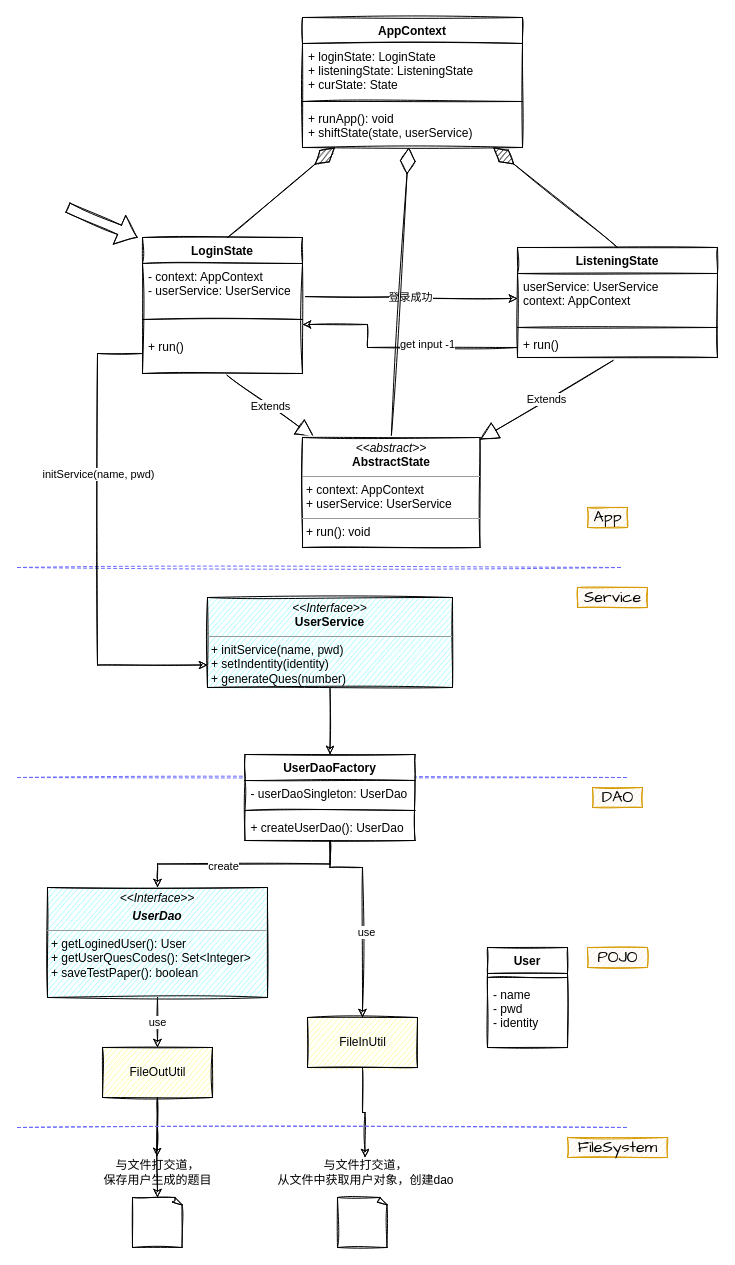
bankarian/pics keeps this draw.io diagram as Untitled Diagram.drawio. Above is the earlier version. Source tidied: cells renumbered, new cells numbered last; positions are measured from the earlier drawing's top-left corner, leaving out a move shared by most shapes. Both pictures are drawn from the tidied source at 100%, with x=0, y=0 at pixel (17, 17).
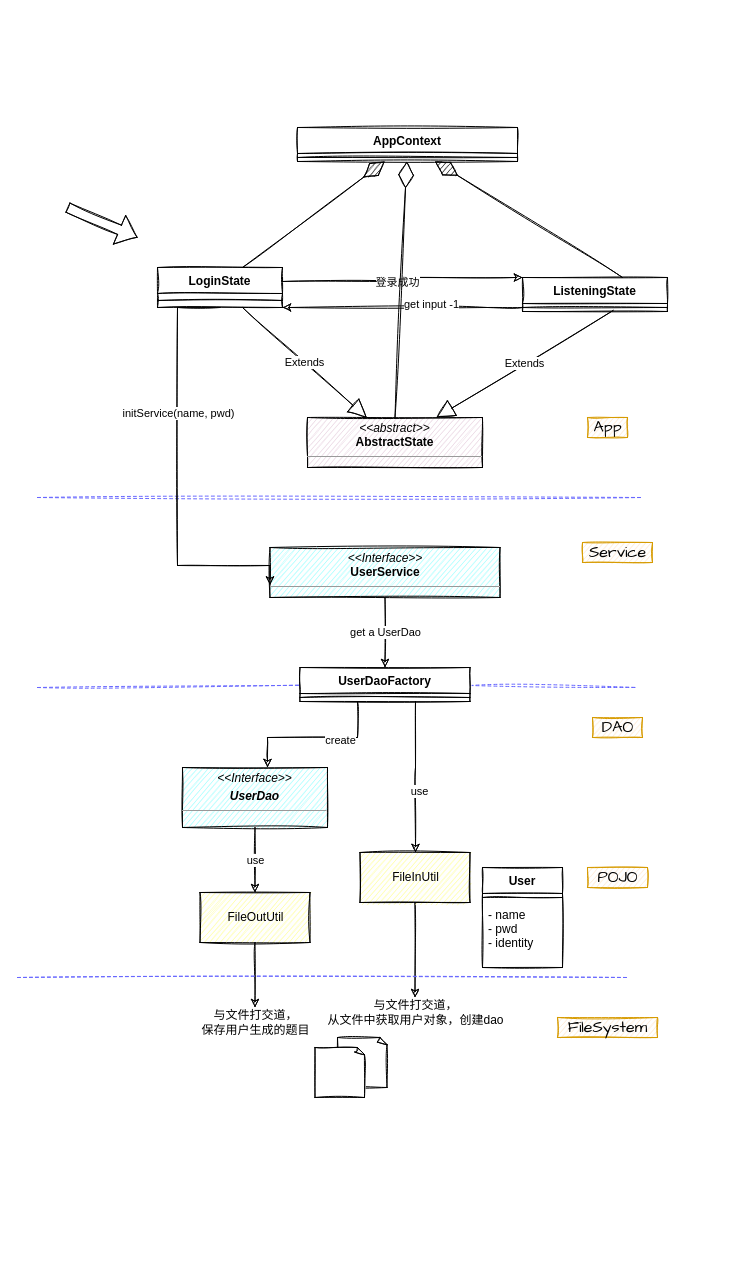
The same page after the edit.

The edit, as a diff of the source:
```diff
@@
-    <mxCell id="2" style="endArrow=none;dashed=1;html=1;sketch=1;strokeColor=#6666FF;" parent="1" edge="1">
+    <mxCell id="2" style="endArrow=none;dashed=1;html=1;sketch=1;strokeColor=#6666FF;" parent="1" edge="1" source="55">
       <mxGeometry relative="1" as="geometry">
-        <mxPoint y="760" as="sourcePoint" />
-        <mxPoint x="610" y="760" as="targetPoint" />
+        <mxPoint x="620" y="670" as="targetPoint" />
       </mxGeometry>
     </mxCell>
     <mxCell id="3" value="DAO" style="text;html=1;align=center;verticalAlign=middle;fillColor=#ffe6cc;strokeColor=#d79b00;fontFamily=Comic Sans MS;fontSize=16;sketch=1;" parent="1" vertex="1">
-      <mxGeometry x="575" y="770" width="50" height="20" as="geometry" />
+      <mxGeometry x="575" y="700" width="50" height="20" as="geometry" />
     </mxCell>
     <mxCell id="4" style="endArrow=none;dashed=1;html=1;sketch=1;strokeColor=#6666FF;" parent="1" edge="1">
       <mxGeometry relative="1" as="geometry">
-        <mxPoint y="550" as="sourcePoint" />
-        <mxPoint x="605" y="550" as="targetPoint" />
+        <mxPoint x="20" y="480" as="sourcePoint" />
+        <mxPoint x="625" y="480" as="targetPoint" />
       </mxGeometry>
     </mxCell>
     <mxCell id="5" value="Service" style="text;html=1;align=center;verticalAlign=middle;fillColor=#ffe6cc;strokeColor=#d79b00;fontFamily=Comic Sans MS;fontSize=16;sketch=1;" parent="1" vertex="1">
-      <mxGeometry x="560" y="570" width="70" height="20" as="geometry" />
+      <mxGeometry x="565" y="525" width="70" height="20" as="geometry" />
     </mxCell>
     <mxCell id="6" value="App" style="text;html=1;align=center;verticalAlign=middle;fillColor=#ffe6cc;strokeColor=#d79b00;fontFamily=Comic Sans MS;fontSize=16;sketch=1;" parent="1" vertex="1">
-      <mxGeometry x="570" y="490" width="40" height="20" as="geometry" />
+      <mxGeometry x="570" y="400" width="40" height="20" as="geometry" />
     </mxCell>
+    <mxCell id="11" value="use" style="edgeStyle=orthogonalEdgeStyle;rounded=0;sketch=1;jettySize=auto;html=1;strokeColor=#000000;" parent="1" edge="1" source="12" target="46">
+      <mxGeometry relative="1" as="geometry" />
+    </mxCell>
     <mxCell id="7" value="AppContext" style="swimlane;fontStyle=1;align=center;verticalAlign=top;horizontal=1;startSize=26;sketch=1;" parent="1" vertex="1">
-      <mxGeometry x="285" width="220" height="130" as="geometry" />
+      <mxGeometry x="280" y="110" width="220" height="34" as="geometry" />
     </mxCell>
-    <mxCell id="8" value="+ loginState: LoginState&#10;+ listeningState: ListeningState&#10;+ curState: State" style="text;strokeColor=none;fillColor=none;align=left;verticalAlign=top;spacingLeft=4;spacingRight=4;overflow=hidden;sketch=1;" parent="7" vertex="1">
-      <mxGeometry y="26" width="220" height="54" as="geometry" />
-    </mxCell>
     <mxCell id="9" style="line;strokeWidth=1;fillColor=none;align=left;verticalAlign=middle;spacingTop=-1;spacingLeft=3;spacingRight=3;labelPosition=right;sketch=1;" parent="7" vertex="1">
-      <mxGeometry y="80" width="220" height="8" as="geometry" />
+      <mxGeometry y="26" width="220" height="8" as="geometry" />
     </mxCell>
-    <mxCell id="10" value="+ runApp(): void&#10;+ shiftState(state, userService)" style="text;strokeColor=none;fillColor=none;align=left;verticalAlign=top;spacingLeft=4;spacingRight=4;overflow=hidden;sketch=1;" parent="7" vertex="1">
-      <mxGeometry y="88" width="220" height="42" as="geometry" />
-    </mxCell>
-    <mxCell id="11" value="use" style="edgeStyle=orthogonalEdgeStyle;rounded=0;sketch=1;jettySize=auto;html=1;strokeColor=#000000;" parent="1" edge="1" source="12" target="46">
-      <mxGeometry relative="1" as="geometry" />
-    </mxCell>
-    <mxCell id="12" value="&lt;p style=&quot;margin: 0px ; margin-top: 4px ; text-align: center&quot;&gt;&lt;i&gt;&amp;lt;&amp;lt;Interface&amp;gt;&amp;gt;&lt;/i&gt;&lt;br&gt;&lt;/p&gt;&lt;p style=&quot;margin: 0px ; margin-top: 4px ; text-align: center&quot;&gt;&lt;i&gt;&lt;b&gt;UserDao&lt;/b&gt;&lt;/i&gt;&lt;/p&gt;&lt;hr size=&quot;1&quot;&gt;&lt;p style=&quot;margin: 0px ; margin-left: 4px&quot;&gt;&lt;span&gt;+ getLoginedUser(): User&lt;/span&gt;&lt;br&gt;&lt;/p&gt;&lt;p style=&quot;margin: 0px ; margin-left: 4px&quot;&gt;+ getUserQuesCodes(): Set&amp;lt;Integer&amp;gt;&lt;/p&gt;&lt;p style=&quot;margin: 0px ; margin-left: 4px&quot;&gt;+ saveTestPaper(): boolean&lt;/p&gt;&lt;p style=&quot;margin: 0px ; margin-left: 4px&quot;&gt;&lt;br&gt;&lt;/p&gt;" style="verticalAlign=top;align=left;overflow=fill;fontSize=12;fontFamily=Helvetica;html=1;sketch=1;fillColor=#99FFFF;" parent="1" vertex="1">
-      <mxGeometry x="30" y="870" width="220" height="110" as="geometry" />
+    <mxCell id="12" value="&lt;p style=&quot;margin: 0px ; margin-top: 4px ; text-align: center&quot;&gt;&lt;i&gt;&amp;lt;&amp;lt;Interface&amp;gt;&amp;gt;&lt;/i&gt;&lt;br&gt;&lt;/p&gt;&lt;p style=&quot;margin: 0px ; margin-top: 4px ; text-align: center&quot;&gt;&lt;i&gt;&lt;b&gt;UserDao&lt;/b&gt;&lt;/i&gt;&lt;/p&gt;&lt;hr size=&quot;1&quot;&gt;&lt;p style=&quot;margin: 0px ; margin-left: 4px&quot;&gt;&lt;br&gt;&lt;/p&gt;&lt;p style=&quot;margin: 0px ; margin-left: 4px&quot;&gt;&lt;br&gt;&lt;/p&gt;" style="verticalAlign=top;align=left;overflow=fill;fontSize=12;fontFamily=Helvetica;html=1;sketch=1;fillColor=#99FFFF;" parent="1" vertex="1">
+      <mxGeometry x="165" y="750" width="145" height="60" as="geometry" />
     </mxCell>
+    <mxCell id="20" value="LoginState" style="swimlane;fontStyle=1;align=center;verticalAlign=top;horizontal=1;startSize=26;sketch=1;" parent="1" vertex="1">
+      <mxGeometry x="140" y="250" width="125" height="40" as="geometry" />
+    </mxCell>
+    <mxCell id="21" style="endArrow=diamondThin;endFill=1;endSize=24;html=1;sketch=1;" parent="20" edge="1" target="7">
+      <mxGeometry relative="1" as="geometry">
+        <mxPoint x="85" as="sourcePoint" />
+      </mxGeometry>
+    </mxCell>
+    <mxCell id="23" style="line;strokeWidth=1;fillColor=none;align=left;verticalAlign=middle;spacingTop=-1;spacingLeft=3;spacingRight=3;labelPosition=right;sketch=1;" parent="20" vertex="1">
+      <mxGeometry y="26" width="125" height="14" as="geometry" />
+    </mxCell>
+    <mxCell id="27" value="ListeningState" style="swimlane;fontStyle=1;align=center;verticalAlign=top;horizontal=1;startSize=26;sketch=1;" parent="1" vertex="1">
+      <mxGeometry x="505" y="260" width="145" height="34" as="geometry" />
+    </mxCell>
+    <mxCell id="28" style="endArrow=diamondThin;endFill=1;endSize=24;html=1;sketch=1;" parent="27" edge="1" target="7">
+      <mxGeometry relative="1" as="geometry">
+        <mxPoint x="100" as="sourcePoint" />
+      </mxGeometry>
+    </mxCell>
+    <mxCell id="30" style="line;strokeWidth=1;fillColor=none;align=left;verticalAlign=middle;spacingTop=-1;spacingLeft=3;spacingRight=3;labelPosition=right;sketch=1;" parent="27" vertex="1">
+      <mxGeometry y="26" width="145" height="8" as="geometry" />
+    </mxCell>
     <mxCell id="13" value="与文件打交道，&lt;br&gt;从文件中获取用户对象，创建dao" style="text;html=1;align=center;verticalAlign=middle;points=[];sketch=1;" parent="1" vertex="1">
-      <mxGeometry x="252.5" y="1140" width="190" height="30" as="geometry" />
+      <mxGeometry x="302.5" y="980" width="190" height="30" as="geometry" />
     </mxCell>
-    <mxCell id="14" style="edgeStyle=orthogonalEdgeStyle;rounded=0;jettySize=auto;html=1;sketch=1;" parent="1" edge="1" source="15" target="55">
+    <mxCell id="14" value="get a UserDao" style="edgeStyle=orthogonalEdgeStyle;rounded=0;jettySize=auto;html=1;sketch=1;" parent="1" edge="1" source="15" target="55">
       <mxGeometry relative="1" as="geometry" />
     </mxCell>
-    <mxCell id="15" value="&lt;p style=&quot;margin: 0px ; margin-top: 4px ; text-align: center&quot;&gt;&lt;i&gt;&amp;lt;&amp;lt;Interface&amp;gt;&amp;gt;&lt;/i&gt;&lt;br&gt;&lt;b&gt;UserService&lt;/b&gt;&lt;/p&gt;&lt;hr size=&quot;1&quot;&gt;&lt;p style=&quot;margin: 0px ; margin-left: 4px&quot;&gt;+ initService(name, pwd)&lt;/p&gt;&lt;p style=&quot;margin: 0px ; margin-left: 4px&quot;&gt;+ setIndentity(identity)&lt;/p&gt;&lt;p style=&quot;margin: 0px ; margin-left: 4px&quot;&gt;+ generateQues(number)&lt;/p&gt;" style="verticalAlign=top;align=left;overflow=fill;fontSize=12;fontFamily=Helvetica;html=1;sketch=1;fillColor=#99FFFF;" parent="1" vertex="1">
-      <mxGeometry x="190" y="580" width="245" height="90" as="geometry" />
+    <mxCell id="15" value="&lt;p style=&quot;margin: 0px ; margin-top: 4px ; text-align: center&quot;&gt;&lt;i&gt;&amp;lt;&amp;lt;Interface&amp;gt;&amp;gt;&lt;/i&gt;&lt;br&gt;&lt;b&gt;UserService&lt;/b&gt;&lt;/p&gt;&lt;hr size=&quot;1&quot;&gt;&lt;p style=&quot;margin: 0px ; margin-left: 4px&quot;&gt;&lt;br&gt;&lt;/p&gt;" style="verticalAlign=top;align=left;overflow=fill;fontSize=12;fontFamily=Helvetica;html=1;sketch=1;fillColor=#99FFFF;" parent="1" vertex="1">
+      <mxGeometry x="252.5" y="530" width="230" height="50" as="geometry" />
     </mxCell>
-    <mxCell id="16" style="edgeStyle=orthogonalEdgeStyle;rounded=0;jettySize=auto;html=1;exitX=1.019;exitY=0.788;exitDx=0;exitDy=0;exitPerimeter=0;sketch=1;" parent="1" edge="1" source="22" target="29">
-      <mxGeometry relative="1" as="geometry" />
+    <mxCell id="16" style="edgeStyle=orthogonalEdgeStyle;rounded=0;jettySize=auto;html=1;exitX=1;exitY=0.25;exitDx=0;exitDy=0;sketch=1;" parent="1" edge="1" source="20" target="27">
+      <mxGeometry relative="1" as="geometry">
+        <Array as="points">
+          <mxPoint x="385" y="264" />
+          <mxPoint x="385" y="260" />
+        </Array>
+      </mxGeometry>
     </mxCell>
@@
-    <mxCell id="18" value="Extends" style="endArrow=block;endSize=16;endFill=0;html=1;exitX=0.478;exitY=1.115;exitDx=0;exitDy=0;exitPerimeter=0;sketch=1;" parent="1" edge="1" source="31" target="54">
-      <mxGeometry relative="1" as="geometry" />
+    <mxCell id="18" value="Extends" style="endArrow=block;endSize=16;endFill=0;html=1;exitX=0.478;exitY=1.115;exitDx=0;exitDy=0;exitPerimeter=0;sketch=1;" parent="1" edge="1" target="54">
+      <mxGeometry relative="1" as="geometry">
+        <mxPoint x="595.6" y="293" as="sourcePoint" />
+      </mxGeometry>
     </mxCell>
-    <mxCell id="19" value="Extends" style="endArrow=block;endSize=16;endFill=0;html=1;exitX=0.528;exitY=1.043;exitDx=0;exitDy=0;exitPerimeter=0;sketch=1;" parent="1" edge="1" source="24" target="54">
+    <mxCell id="19" value="Extends" style="endArrow=block;endSize=16;endFill=0;html=1;sketch=1;" parent="1" edge="1" source="20" target="54">
       <mxGeometry relative="1" as="geometry" />
     </mxCell>
-    <mxCell id="20" value="LoginState" style="swimlane;fontStyle=1;align=center;verticalAlign=top;horizontal=1;startSize=26;sketch=1;" parent="1" vertex="1">
-      <mxGeometry x="125" y="220" width="160" height="136" as="geometry" />
-    </mxCell>
-    <mxCell id="21" style="endArrow=diamondThin;endFill=1;endSize=24;html=1;sketch=1;" parent="20" edge="1" target="7">
-      <mxGeometry relative="1" as="geometry">
-        <mxPoint x="85" as="sourcePoint" />
-      </mxGeometry>
-    </mxCell>
-    <mxCell id="22" value="- context: AppContext &#10;- userService: UserService" style="text;strokeColor=none;fillColor=none;align=left;verticalAlign=top;spacingLeft=4;spacingRight=4;overflow=hidden;points=[[0,0.5],[1,0.5]];portConstraint=eastwest;sketch=1;" parent="20" vertex="1">
-      <mxGeometry y="26" width="160" height="42" as="geometry" />
-    </mxCell>
-    <mxCell id="23" style="line;strokeWidth=1;fillColor=none;align=left;verticalAlign=middle;spacingTop=-1;spacingLeft=3;spacingRight=3;labelPosition=right;sketch=1;" parent="20" vertex="1">
-      <mxGeometry y="68" width="160" height="28" as="geometry" />
-    </mxCell>
-    <mxCell id="24" value="+ run()&#10;" style="text;strokeColor=none;fillColor=none;align=left;verticalAlign=top;spacingLeft=4;spacingRight=4;overflow=hidden;points=[[0,0.5],[1,0.5]];portConstraint=eastwest;sketch=1;" parent="20" vertex="1">
-      <mxGeometry y="96" width="160" height="40" as="geometry" />
-    </mxCell>
     <mxCell id="25" style="edgeStyle=orthogonalEdgeStyle;rounded=0;jettySize=auto;html=1;sketch=1;" parent="1" edge="1" source="27" target="20">
       <mxGeometry relative="1" as="geometry">
         <Array as="points">
-          <mxPoint x="350" y="330" />
-          <mxPoint x="350" y="307" />
+          <mxPoint x="470" y="290" />
+          <mxPoint x="470" y="290" />
         </Array>
       </mxGeometry>
     </mxCell>
@@
-    <mxCell id="27" value="ListeningState" style="swimlane;fontStyle=1;align=center;verticalAlign=top;horizontal=1;startSize=26;sketch=1;" parent="1" vertex="1">
-      <mxGeometry x="500" y="230" width="200" height="110" as="geometry" />
-    </mxCell>
-    <mxCell id="28" style="endArrow=diamondThin;endFill=1;endSize=24;html=1;sketch=1;" parent="27" edge="1" target="7">
-      <mxGeometry relative="1" as="geometry">
-        <mxPoint x="100" as="sourcePoint" />
-      </mxGeometry>
-    </mxCell>
-    <mxCell id="29" value="userService: UserService&#10;context: AppContext" style="text;strokeColor=none;fillColor=none;align=left;verticalAlign=top;spacingLeft=4;spacingRight=4;overflow=hidden;points=[[0,0.5],[1,0.5]];portConstraint=eastwest;sketch=1;" parent="27" vertex="1">
-      <mxGeometry y="26" width="200" height="50" as="geometry" />
-    </mxCell>
-    <mxCell id="30" style="line;strokeWidth=1;fillColor=none;align=left;verticalAlign=middle;spacingTop=-1;spacingLeft=3;spacingRight=3;labelPosition=right;sketch=1;" parent="27" vertex="1">
-      <mxGeometry y="76" width="200" height="8" as="geometry" />
-    </mxCell>
-    <mxCell id="31" value="+ run()" style="text;strokeColor=none;fillColor=none;align=left;verticalAlign=top;spacingLeft=4;spacingRight=4;overflow=hidden;points=[[0,0.5],[1,0.5]];portConstraint=eastwest;sketch=1;" parent="27" vertex="1">
-      <mxGeometry y="84" width="200" height="26" as="geometry" />
-    </mxCell>
@@
     <mxCell id="33" style="whiteSpace=wrap;html=1;shape=mxgraph.basic.document;sketch=1;" parent="1" vertex="1">
-      <mxGeometry x="320" y="1180" width="50" height="50" as="geometry" />
+      <mxGeometry x="320" y="1020" width="50" height="50" as="geometry" />
     </mxCell>
     <mxCell id="34" style="edgeStyle=orthogonalEdgeStyle;rounded=0;jettySize=auto;html=1;sketch=1;" parent="1" edge="1" source="55" target="12">
-      <mxGeometry relative="1" as="geometry" />
+      <mxGeometry relative="1" as="geometry">
+        <Array as="points">
+          <mxPoint x="340" y="720" />
+          <mxPoint x="250" y="720" />
+        </Array>
+      </mxGeometry>
     </mxCell>
     <mxCell id="35" value="create" style="edgeLabel;html=1;align=center;verticalAlign=middle;" parent="34" vertex="1">
-      <mxGeometry x="0.19" y="2" relative="1" as="geometry" />
+      <mxGeometry x="0.19" y="2" relative="1" as="geometry">
+        <mxPoint x="39" as="offset" />
+      </mxGeometry>
     </mxCell>
     <mxCell id="36" style="edgeStyle=orthogonalEdgeStyle;rounded=0;sketch=1;jettySize=auto;html=1;strokeColor=#000000;" parent="1" edge="1" source="55" target="43">
       <mxGeometry relative="1" as="geometry">
         <Array as="points">
-          <mxPoint x="313" y="850" />
-          <mxPoint x="345" y="850" />
+          <mxPoint x="398" y="750" />
+          <mxPoint x="398" y="750" />
         </Array>
       </mxGeometry>
     </mxCell>
@@
     <mxCell id="39" value="POJO" style="text;html=1;align=center;verticalAlign=middle;fillColor=#ffe6cc;strokeColor=#d79b00;fontFamily=Comic Sans MS;fontSize=16;sketch=1;" parent="1" vertex="1">
-      <mxGeometry x="570" y="930" width="60" height="20" as="geometry" />
+      <mxGeometry x="570" y="850" width="60" height="20" as="geometry" />
     </mxCell>
     <mxCell id="40" value="与文件打交道，&lt;br&gt;保存用户生成的题目" style="text;html=1;align=center;verticalAlign=middle;points=[];sketch=1;" parent="1" vertex="1">
-      <mxGeometry x="80" y="1140" width="120" height="30" as="geometry" />
+      <mxGeometry x="177.5" y="990" width="120" height="30" as="geometry" />
     </mxCell>
     <mxCell id="41" style="whiteSpace=wrap;html=1;shape=mxgraph.basic.document;sketch=1;" parent="1" vertex="1">
-      <mxGeometry x="115" y="1180" width="50" height="50" as="geometry" />
+      <mxGeometry x="297.5" y="1030" width="50" height="50" as="geometry" />
     </mxCell>
     <mxCell id="42" style="edgeStyle=orthogonalEdgeStyle;rounded=0;sketch=1;jettySize=auto;html=1;strokeColor=#000000;" parent="1" edge="1" source="43" target="13">
-      <mxGeometry relative="1" as="geometry" />
+      <mxGeometry relative="1" as="geometry">
+        <Array as="points">
+          <mxPoint x="340" y="1005" />
+          <mxPoint x="340" y="1005" />
+        </Array>
+      </mxGeometry>
     </mxCell>
     <mxCell id="43" value="FileInUtil" style="html=1;sketch=1;fillColor=#FFFF99;" parent="1" vertex="1">
-      <mxGeometry x="290" y="1000" width="110" height="50" as="geometry" />
+      <mxGeometry x="342.5" y="835" width="110" height="50" as="geometry" />
     </mxCell>
-    <mxCell id="44" style="edgeStyle=orthogonalEdgeStyle;rounded=0;sketch=1;jettySize=auto;html=1;entryX=0.496;entryY=-0.033;entryDx=0;entryDy=0;entryPerimeter=0;strokeColor=#000000;" parent="1" edge="1" source="46" target="40">
+    <mxCell id="44" style="edgeStyle=orthogonalEdgeStyle;rounded=0;sketch=1;jettySize=auto;html=1;strokeColor=#000000;" parent="1" edge="1" source="46" target="40">
       <mxGeometry relative="1" as="geometry" />
     </mxCell>
-    <mxCell id="45" style="edgeStyle=orthogonalEdgeStyle;rounded=0;sketch=1;jettySize=auto;html=1;strokeColor=#000000;" parent="1" edge="1" source="46" target="41">
-      <mxGeometry relative="1" as="geometry" />
-    </mxCell>
     <mxCell id="46" value="FileOutUtil" style="html=1;sketch=1;fillColor=#FFFF99;" parent="1" vertex="1">
-      <mxGeometry x="85" y="1030" width="110" height="50" as="geometry" />
+      <mxGeometry x="182.5" y="875" width="110" height="50" as="geometry" />
     </mxCell>
-    <mxCell id="47" value="User" style="swimlane;fontStyle=1;align=center;verticalAlign=top;horizontal=1;startSize=26;sketch=1;" parent="1" vertex="1">
-      <mxGeometry x="470" y="930" width="80" height="100" as="geometry" />
-    </mxCell>
-    <mxCell id="48" style="line;strokeWidth=1;fillColor=none;align=left;verticalAlign=middle;spacingTop=-1;spacingLeft=3;spacingRight=3;labelPosition=right;sketch=1;" parent="47" vertex="1">
-      <mxGeometry y="26" width="80" height="8" as="geometry" />
-    </mxCell>
-    <mxCell id="49" value="- name&#10;- pwd&#10;- identity" style="text;strokeColor=none;fillColor=none;align=left;verticalAlign=top;spacingLeft=4;spacingRight=4;overflow=hidden;sketch=1;" parent="47" vertex="1">
-      <mxGeometry y="34" width="80" height="66" as="geometry" />
-    </mxCell>
     <mxCell id="50" style="endArrow=none;dashed=1;html=1;sketch=1;strokeColor=#6666FF;" parent="1" edge="1">
       <mxGeometry relative="1" as="geometry">
-        <mxPoint y="1110" as="sourcePoint" />
-        <mxPoint x="610" y="1110" as="targetPoint" />
+        <mxPoint y="960" as="sourcePoint" />
+        <mxPoint x="610" y="960" as="targetPoint" />
       </mxGeometry>
     </mxCell>
     <mxCell id="51" value="FileSystem" style="text;html=1;align=center;verticalAlign=middle;fillColor=#ffe6cc;strokeColor=#d79b00;fontFamily=Comic Sans MS;fontSize=16;sketch=1;" parent="1" vertex="1">
-      <mxGeometry x="550" y="1120" width="100" height="20" as="geometry" />
+      <mxGeometry x="540" y="1000" width="100" height="20" as="geometry" />
     </mxCell>
-    <mxCell id="52" style="edgeStyle=orthogonalEdgeStyle;rounded=0;sketch=1;jettySize=auto;html=1;entryX=0;entryY=0.75;entryDx=0;entryDy=0;strokeColor=#000000;" parent="1" edge="1" source="24" target="15">
+    <mxCell id="52" style="edgeStyle=orthogonalEdgeStyle;rounded=0;sketch=1;jettySize=auto;html=1;entryX=0;entryY=0.75;entryDx=0;entryDy=0;strokeColor=#000000;exitX=0.5;exitY=1;exitDx=0;exitDy=0;" parent="1" edge="1" source="20" target="15">
       <mxGeometry relative="1" as="geometry">
         <Array as="points">
-          <mxPoint x="80" y="336" />
-          <mxPoint x="80" y="648" />
+          <mxPoint x="160" y="290" />
+          <mxPoint x="160" y="548" />
         </Array>
       </mxGeometry>
     </mxCell>
@@
-    <mxCell id="54" value="&lt;p style=&quot;margin: 0px ; margin-top: 4px ; text-align: center&quot;&gt;&lt;i&gt;&amp;lt;&amp;lt;abstract&amp;gt;&amp;gt;&lt;/i&gt;&lt;br&gt;&lt;b&gt;AbstractState&lt;/b&gt;&lt;/p&gt;&lt;hr size=&quot;1&quot;&gt;&lt;p style=&quot;margin: 0px ; margin-left: 4px&quot;&gt;+ context: AppContext&lt;br&gt;+ userService: UserService&lt;/p&gt;&lt;hr size=&quot;1&quot;&gt;&lt;p style=&quot;margin: 0px ; margin-left: 4px&quot;&gt;+ run(): void&lt;/p&gt;" style="verticalAlign=top;align=left;overflow=fill;fontSize=12;fontFamily=Helvetica;html=1;sketch=1;fillColor=#FFFFFF;" parent="1" vertex="1">
-      <mxGeometry x="285" y="420" width="177.5" height="110" as="geometry" />
+    <mxCell id="54" value="&lt;p style=&quot;margin: 0px ; margin-top: 4px ; text-align: center&quot;&gt;&lt;i&gt;&amp;lt;&amp;lt;abstract&amp;gt;&amp;gt;&lt;/i&gt;&lt;br&gt;&lt;b&gt;AbstractState&lt;/b&gt;&lt;/p&gt;&lt;hr size=&quot;1&quot;&gt;&lt;p style=&quot;margin: 0px ; margin-left: 4px&quot;&gt;&lt;br&gt;&lt;/p&gt;&lt;hr size=&quot;1&quot;&gt;&lt;p style=&quot;margin: 0px ; margin-left: 4px&quot;&gt;&lt;br&gt;&lt;/p&gt;" style="verticalAlign=top;align=left;overflow=fill;fontSize=12;fontFamily=Helvetica;html=1;sketch=1;fillColor=#E6D0DE;" parent="1" vertex="1">
+      <mxGeometry x="290" y="400" width="175" height="50" as="geometry" />
     </mxCell>
+    <mxCell id="59" style="endArrow=none;dashed=1;html=1;sketch=1;strokeColor=#6666FF;" parent="1" edge="1" target="55">
+      <mxGeometry relative="1" as="geometry">
+        <mxPoint x="20" y="670" as="sourcePoint" />
+      </mxGeometry>
+    </mxCell>
+    <mxCell id="47" value="User" style="swimlane;fontStyle=1;align=center;verticalAlign=top;horizontal=1;startSize=26;sketch=1;" parent="1" vertex="1">
+      <mxGeometry x="465" y="850" width="80" height="100" as="geometry" />
+    </mxCell>
+    <mxCell id="48" style="line;strokeWidth=1;fillColor=none;align=left;verticalAlign=middle;spacingTop=-1;spacingLeft=3;spacingRight=3;labelPosition=right;sketch=1;" parent="47" vertex="1">
+      <mxGeometry y="26" width="80" height="8" as="geometry" />
+    </mxCell>
+    <mxCell id="49" value="- name&#10;- pwd&#10;- identity" style="text;strokeColor=none;fillColor=none;align=left;verticalAlign=top;spacingLeft=4;spacingRight=4;overflow=hidden;sketch=1;" parent="47" vertex="1">
+      <mxGeometry y="34" width="80" height="66" as="geometry" />
+    </mxCell>
     <mxCell id="55" value="UserDaoFactory" style="swimlane;fontStyle=1;align=center;verticalAlign=top;horizontal=1;startSize=26;sketch=1;" parent="1" vertex="1">
-      <mxGeometry x="227.5" y="737" width="170" height="86" as="geometry" />
+      <mxGeometry x="282.5" y="650" width="170" height="34" as="geometry" />
     </mxCell>
-    <mxCell id="56" value="- userDaoSingleton: UserDao " style="text;strokeColor=none;fillColor=none;align=left;verticalAlign=top;spacingLeft=4;spacingRight=4;overflow=hidden;sketch=1;" parent="55" vertex="1">
-      <mxGeometry y="26" width="170" height="26" as="geometry" />
-    </mxCell>
     <mxCell id="57" style="line;strokeWidth=1;fillColor=none;align=left;verticalAlign=middle;spacingTop=-1;spacingLeft=3;spacingRight=3;labelPosition=right;sketch=1;" parent="55" vertex="1">
-      <mxGeometry y="52" width="170" height="8" as="geometry" />
+      <mxGeometry y="26" width="170" height="8" as="geometry" />
     </mxCell>
-    <mxCell id="58" value="+ createUserDao(): UserDao" style="text;strokeColor=none;fillColor=none;align=left;verticalAlign=top;spacingLeft=4;spacingRight=4;overflow=hidden;sketch=1;" parent="55" vertex="1">
-      <mxGeometry y="60" width="170" height="26" as="geometry" />
-    </mxCell>
```
